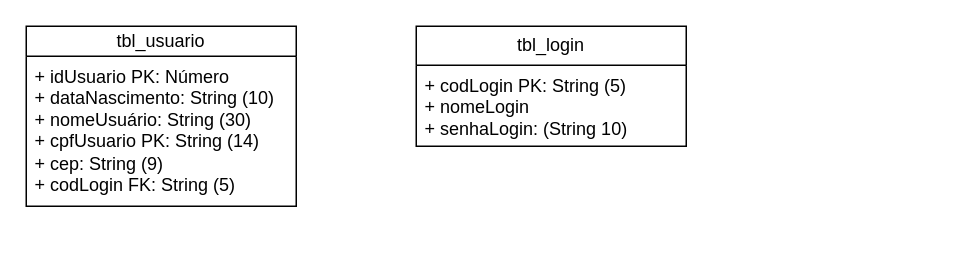
Above: login draw io.drawio in KevynSilveira/ComandosSql (draw.io), before the change. Source tidied: cells renumbered, new cells numbered last; positions are measured from the earlier drawing's top-left corner, leaving out a move shared by most shapes. Both pictures are drawn from the tidied source at 150%, with x=0, y=0 at pixel (26, 26).
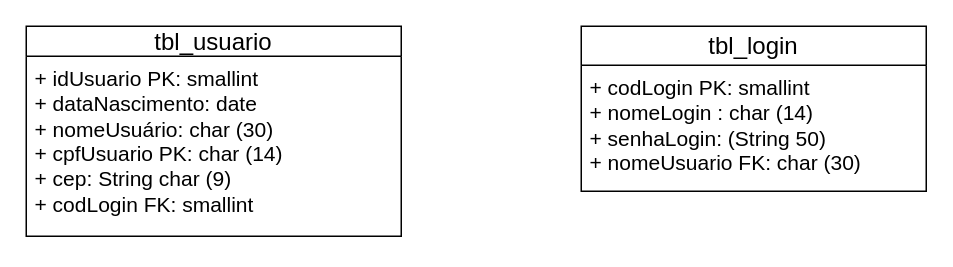
After the change.

Commit message:
Adicionando tipos primitivos de dados do mysql no arquivo do draw io

Diff of the diagram source:
```diff
@@
 <mxGraphModel>
   <root>
     <mxCell id="0" />
     <mxCell id="1" parent="0" />
-    <mxCell id="2" value="tbl_usuario" style="swimlane;fontStyle=0;horizontal=1;startSize=20;fillColor=none;whiteSpace=wrap;html=1;" parent="1" vertex="1">
-      <mxGeometry width="180" height="120" as="geometry" />
+    <mxCell id="2" value="&lt;font style=&quot;vertical-align: inherit; font-size: 16px;&quot;&gt;&lt;font style=&quot;vertical-align: inherit; font-size: 16px;&quot;&gt;tbl_usuario&lt;/font&gt;&lt;/font&gt;" style="swimlane;fontStyle=0;horizontal=1;startSize=20;fillColor=none;whiteSpace=wrap;html=1;fontSize=16;" parent="1" vertex="1">
+      <mxGeometry width="250" height="140" as="geometry" />
     </mxCell>
-    <mxCell id="3" value="+ idUsuario PK: Número&amp;nbsp;&lt;br&gt; + dataNascimento: String (10)&lt;br&gt;+ nomeUsuário: String (30)&lt;br&gt;+ cpfUsuario PK: String (14)&lt;br&gt;+ cep: String (9)&lt;br&gt;+ codLogin FK: String (5)&lt;br&gt;&lt;br&gt;" style="text;strokeColor=none;fillColor=none;align=left;verticalAlign=top;spacingLeft=4;spacingRight=4;overflow=hidden;whiteSpace=wrap;html=1;" parent="2" vertex="1">
-      <mxGeometry y="20" width="180" height="100" as="geometry" />
+    <mxCell id="3" value="&lt;font style=&quot;vertical-align: inherit; font-size: 14px;&quot;&gt;&lt;font style=&quot;vertical-align: inherit; font-size: 14px;&quot;&gt;&lt;font style=&quot;vertical-align: inherit; font-size: 14px;&quot;&gt;&lt;font style=&quot;vertical-align: inherit; font-size: 14px;&quot;&gt;&lt;font style=&quot;vertical-align: inherit; font-size: 14px;&quot;&gt;&lt;font style=&quot;vertical-align: inherit; font-size: 14px;&quot;&gt;&lt;font style=&quot;vertical-align: inherit; font-size: 14px;&quot;&gt;&lt;font style=&quot;vertical-align: inherit; font-size: 14px;&quot;&gt;&lt;font style=&quot;vertical-align: inherit; font-size: 14px;&quot;&gt;&lt;font style=&quot;vertical-align: inherit; font-size: 14px;&quot;&gt;&lt;font style=&quot;vertical-align: inherit; font-size: 14px;&quot;&gt;&lt;font style=&quot;vertical-align: inherit; font-size: 14px;&quot;&gt;&lt;font style=&quot;vertical-align: inherit; font-size: 14px;&quot;&gt;&lt;font style=&quot;vertical-align: inherit; font-size: 14px;&quot;&gt;&lt;font style=&quot;vertical-align: inherit; font-size: 14px;&quot;&gt;&lt;font style=&quot;vertical-align: inherit; font-size: 14px;&quot;&gt;&lt;font style=&quot;vertical-align: inherit; font-size: 14px;&quot;&gt;&lt;font style=&quot;vertical-align: inherit; font-size: 14px;&quot;&gt;&lt;font style=&quot;vertical-align: inherit; font-size: 14px;&quot;&gt;&lt;font style=&quot;vertical-align: inherit; font-size: 14px;&quot;&gt;&lt;font style=&quot;vertical-align: inherit; font-size: 14px;&quot;&gt;&lt;font style=&quot;vertical-align: inherit; font-size: 14px;&quot;&gt;&lt;font style=&quot;vertical-align: inherit; font-size: 14px;&quot;&gt;&lt;font style=&quot;vertical-align: inherit; font-size: 14px;&quot;&gt;&lt;font style=&quot;vertical-align: inherit; font-size: 14px;&quot;&gt;&lt;font style=&quot;vertical-align: inherit; font-size: 14px;&quot;&gt;&lt;font style=&quot;vertical-align: inherit; font-size: 14px;&quot;&gt;&lt;font style=&quot;vertical-align: inherit; font-size: 14px;&quot;&gt;&lt;font style=&quot;vertical-align: inherit; font-size: 14px;&quot;&gt;&lt;font style=&quot;vertical-align: inherit; font-size: 14px;&quot;&gt;&lt;font style=&quot;vertical-align: inherit; font-size: 14px;&quot;&gt;&lt;font style=&quot;vertical-align: inherit; font-size: 14px;&quot;&gt;+ idUsuario PK:&amp;nbsp;smallint&amp;nbsp;&lt;/font&gt;&lt;/font&gt;&lt;/font&gt;&lt;/font&gt;&lt;/font&gt;&lt;/font&gt;&lt;/font&gt;&lt;/font&gt;&lt;/font&gt;&lt;/font&gt;&lt;/font&gt;&lt;/font&gt;&lt;/font&gt;&lt;/font&gt;&lt;/font&gt;&lt;/font&gt;&lt;/font&gt;&lt;/font&gt;&lt;font style=&quot;vertical-align: inherit; font-size: 14px;&quot;&gt;&lt;font style=&quot;vertical-align: inherit; font-size: 14px;&quot;&gt;&lt;font style=&quot;vertical-align: inherit; font-size: 14px;&quot;&gt;&lt;font style=&quot;vertical-align: inherit; font-size: 14px;&quot;&gt;&lt;font style=&quot;vertical-align: inherit; font-size: 14px;&quot;&gt;&lt;font style=&quot;vertical-align: inherit; font-size: 14px;&quot;&gt;&lt;br style=&quot;font-size: 14px;&quot;&gt;&lt;/font&gt;&lt;/font&gt;&lt;/font&gt;&lt;/font&gt;&lt;/font&gt;&lt;/font&gt;&lt;font style=&quot;vertical-align: inherit; font-size: 14px;&quot;&gt;&lt;font style=&quot;vertical-align: inherit; font-size: 14px;&quot;&gt;&lt;font style=&quot;vertical-align: inherit; font-size: 14px;&quot;&gt;&lt;font style=&quot;vertical-align: inherit; font-size: 14px;&quot;&gt;&lt;font style=&quot;vertical-align: inherit; font-size: 14px;&quot;&gt;&lt;font style=&quot;vertical-align: inherit; font-size: 14px;&quot;&gt;&lt;font style=&quot;vertical-align: inherit; font-size: 14px;&quot;&gt;&lt;font style=&quot;vertical-align: inherit; font-size: 14px;&quot;&gt;&lt;font style=&quot;vertical-align: inherit; font-size: 14px;&quot;&gt;&lt;font style=&quot;vertical-align: inherit; font-size: 14px;&quot;&gt;&lt;font style=&quot;vertical-align: inherit; font-size: 14px;&quot;&gt;&lt;font style=&quot;vertical-align: inherit; font-size: 14px;&quot;&gt; + dataNascimento: date&lt;/font&gt;&lt;/font&gt;&lt;/font&gt;&lt;/font&gt;&lt;/font&gt;&lt;/font&gt;&lt;br style=&quot;font-size: 14px;&quot;&gt;&lt;/font&gt;&lt;/font&gt;&lt;/font&gt;&lt;/font&gt;&lt;/font&gt;&lt;/font&gt;&lt;font style=&quot;vertical-align: inherit; font-size: 14px;&quot;&gt;&lt;font style=&quot;vertical-align: inherit; font-size: 14px;&quot;&gt;&lt;font style=&quot;vertical-align: inherit; font-size: 14px;&quot;&gt;&lt;font style=&quot;vertical-align: inherit; font-size: 14px;&quot;&gt;&lt;font style=&quot;vertical-align: inherit; font-size: 14px;&quot;&gt;&lt;font style=&quot;vertical-align: inherit; font-size: 14px;&quot;&gt;+ nomeUsuário: char (30)&lt;br style=&quot;font-size: 14px;&quot;&gt;&lt;/font&gt;&lt;/font&gt;&lt;/font&gt;&lt;/font&gt;&lt;/font&gt;&lt;/font&gt;&lt;font style=&quot;vertical-align: inherit; font-size: 14px;&quot;&gt;&lt;font style=&quot;vertical-align: inherit; font-size: 14px;&quot;&gt;+ cpfUsuario PK: char (14)&lt;br style=&quot;font-size: 14px;&quot;&gt;&lt;/font&gt;&lt;/font&gt;&lt;font style=&quot;vertical-align: inherit; font-size: 14px;&quot;&gt;&lt;font style=&quot;vertical-align: inherit; font-size: 14px;&quot;&gt;+ cep: String char (9)&lt;br style=&quot;font-size: 14px;&quot;&gt;&lt;/font&gt;&lt;/font&gt;+ codLogin FK: smallint&lt;br style=&quot;font-size: 14px;&quot;&gt;&lt;br style=&quot;font-size: 14px;&quot;&gt;&lt;/font&gt;&lt;/font&gt;&lt;/font&gt;&lt;/font&gt;&lt;/font&gt;&lt;/font&gt;&lt;/font&gt;&lt;/font&gt;&lt;/font&gt;&lt;/font&gt;&lt;/font&gt;&lt;/font&gt;&lt;/font&gt;&lt;/font&gt;" style="text;strokeColor=none;fillColor=none;align=left;verticalAlign=top;spacingLeft=4;spacingRight=4;overflow=hidden;whiteSpace=wrap;html=1;fontSize=14;" parent="2" vertex="1">
+      <mxGeometry y="20" width="250" height="120" as="geometry" />
     </mxCell>
-    <mxCell id="4" value="tbl_login" style="swimlane;fontStyle=0;horizontal=1;startSize=26;fillColor=none;whiteSpace=wrap;html=1;" parent="1" vertex="1">
-      <mxGeometry x="260" width="180" height="80" as="geometry" />
+    <mxCell id="4" value="tbl_login" style="swimlane;fontStyle=0;horizontal=1;startSize=26;fillColor=none;whiteSpace=wrap;html=1;fontSize=16;" parent="1" vertex="1">
+      <mxGeometry x="370" width="230" height="110" as="geometry" />
     </mxCell>
-    <mxCell id="5" value="+ codLogin PK: String (5)&lt;br&gt;+ nomeLogin&amp;nbsp;&lt;br&gt;+ senhaLogin: (String 10)" style="text;strokeColor=none;fillColor=none;align=left;verticalAlign=top;spacingLeft=4;spacingRight=4;overflow=hidden;whiteSpace=wrap;html=1;" parent="4" vertex="1">
-      <mxGeometry y="26" width="180" height="54" as="geometry" />
+    <mxCell id="5" value="+ codLogin PK: smallint&amp;nbsp;&lt;br style=&quot;font-size: 14px;&quot;&gt;+ nomeLogin : char (14)&lt;br style=&quot;font-size: 14px;&quot;&gt;+ senhaLogin: (String 50)&lt;br&gt;+ nomeUsuario FK: char (30)" style="text;strokeColor=none;fillColor=none;align=left;verticalAlign=top;spacingLeft=4;spacingRight=4;overflow=hidden;whiteSpace=wrap;html=1;fontSize=14;" parent="4" vertex="1">
+      <mxGeometry y="26" width="230" height="84" as="geometry" />
     </mxCell>
   </root>
 </mxGraphModel>
```
